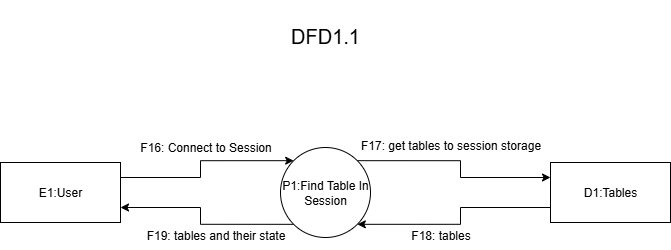
This is Diagrams/DFD1.1Find_Table.drawio.png from EyasSh/Resturant, a draw.io export, as it was before one commit. Source tidied: cells renumbered, new cells last; positions are measured from the earlier drawing's top-left corner, leaving out a move shared by most shapes. Source of this version:
```xml
<mxGraphModel>
  <root>
    <mxCell id="0" />
    <mxCell id="1" parent="0" />
    <mxCell id="2" style="edgeStyle=orthogonalEdgeStyle;rounded=0;jettySize=auto;html=1;exitX=1;exitY=0.25;exitDx=0;exitDy=0;entryX=0;entryY=0;entryDx=0;entryDy=0;" parent="1" edge="1" source="3" target="8">
      <mxGeometry relative="1" as="geometry" />
    </mxCell>
    <mxCell id="3" value="E1:User" style="rounded=0;whiteSpace=wrap;html=1;" parent="1" vertex="1">
      <mxGeometry y="162" width="120" height="60" as="geometry" />
    </mxCell>
    <mxCell id="4" style="edgeStyle=orthogonalEdgeStyle;rounded=0;jettySize=auto;html=1;exitX=0;exitY=0.75;exitDx=0;exitDy=0;entryX=1;entryY=1;entryDx=0;entryDy=0;" parent="1" edge="1" source="5" target="8">
      <mxGeometry relative="1" as="geometry" />
    </mxCell>
    <mxCell id="5" value="D1:Tables" style="rounded=0;whiteSpace=wrap;html=1;" parent="1" vertex="1">
      <mxGeometry x="550" y="162" width="120" height="60" as="geometry" />
    </mxCell>
    <mxCell id="6" style="edgeStyle=orthogonalEdgeStyle;rounded=0;jettySize=auto;html=1;exitX=1;exitY=0;exitDx=0;exitDy=0;entryX=0;entryY=0.25;entryDx=0;entryDy=0;" parent="1" edge="1" source="8" target="5">
      <mxGeometry relative="1" as="geometry" />
    </mxCell>
    <mxCell id="7" style="edgeStyle=orthogonalEdgeStyle;rounded=0;jettySize=auto;html=1;exitX=0;exitY=1;exitDx=0;exitDy=0;entryX=1;entryY=0.75;entryDx=0;entryDy=0;" parent="1" edge="1" source="8" target="3">
      <mxGeometry relative="1" as="geometry" />
    </mxCell>
    <mxCell id="8" value="P1:Find Table In Session" style="ellipse;whiteSpace=wrap;html=1;" parent="1" vertex="1">
      <mxGeometry x="280" y="147" width="90" height="90" as="geometry" />
    </mxCell>
    <mxCell id="9" value="&lt;div&gt;F16: Connect to Session&lt;/div&gt;" style="text;html=1;align=center;verticalAlign=middle;strokeColor=none;fillColor=none;" parent="1" vertex="1">
      <mxGeometry x="130" y="132" width="150" height="30" as="geometry" />
    </mxCell>
    <mxCell id="10" value="F17: get tables to session storage" style="text;html=1;align=center;verticalAlign=middle;strokeColor=none;fillColor=none;" parent="1" vertex="1">
      <mxGeometry x="350" y="130" width="200" height="30" as="geometry" />
    </mxCell>
    <mxCell id="11" value="F18: tables" style="text;html=1;align=center;verticalAlign=middle;strokeColor=none;fillColor=none;" parent="1" vertex="1">
      <mxGeometry x="400" y="220" width="80" height="30" as="geometry" />
    </mxCell>
    <mxCell id="12" value="&lt;div&gt;F19: tables and their state&lt;/div&gt;" style="text;html=1;align=center;verticalAlign=middle;strokeColor=none;fillColor=none;" parent="1" vertex="1">
      <mxGeometry x="135" y="220" width="160" height="30" as="geometry" />
    </mxCell>
    <mxCell id="13" value="DFD1.1" style="text;html=1;align=center;verticalAlign=middle;whiteSpace=wrap;rounded=0;fontSize=20;" parent="1" vertex="1">
      <mxGeometry x="260" width="130" height="70" as="geometry" />
    </mxCell>
  </root>
</mxGraphModel>
```
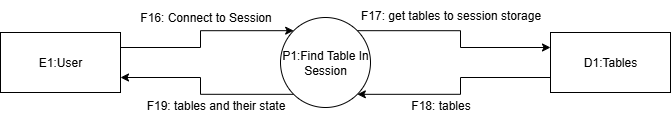
After the change.

What changed in the source:
```diff
@@ -35,8 +35,5 @@
     <mxCell id="12" value="&lt;div&gt;F19: tables and their state&lt;/div&gt;" style="text;html=1;align=center;verticalAlign=middle;strokeColor=none;fillColor=none;" parent="1" vertex="1">
       <mxGeometry x="135" y="220" width="160" height="30" as="geometry" />
     </mxCell>
-    <mxCell id="13" value="DFD1.1" style="text;html=1;align=center;verticalAlign=middle;whiteSpace=wrap;rounded=0;fontSize=20;" parent="1" vertex="1">
-      <mxGeometry x="260" width="130" height="70" as="geometry" />
-    </mxCell>
   </root>
 </mxGraphModel>
```
